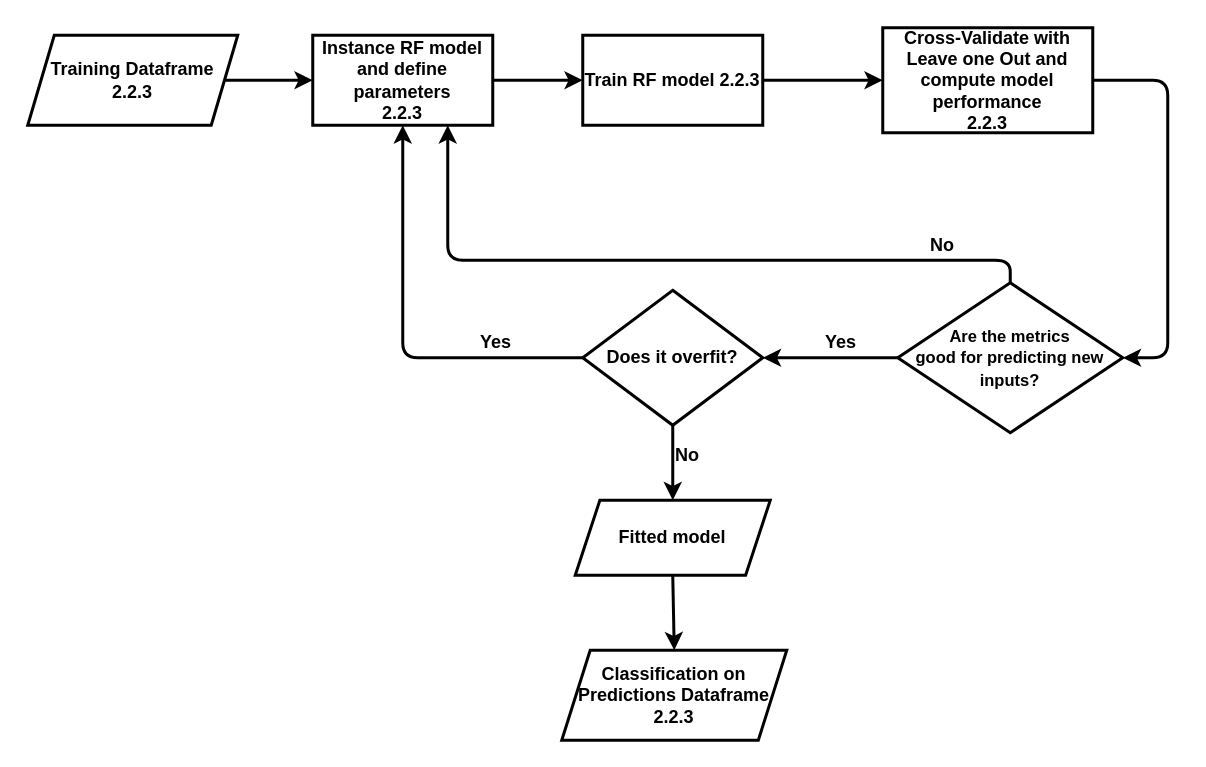
Earlier version of the draw.io diagram src/diagrama_modelo.drawio (msreis/Multiresolution-nuclear-protein-classifier). Source tidied: cells renumbered, new cells numbered last; positions are measured from the earlier drawing's top-left corner, leaving out a move shared by most shapes. Both pictures are drawn from the tidied source at 150%, with x=0, y=0 at pixel (27, 27).
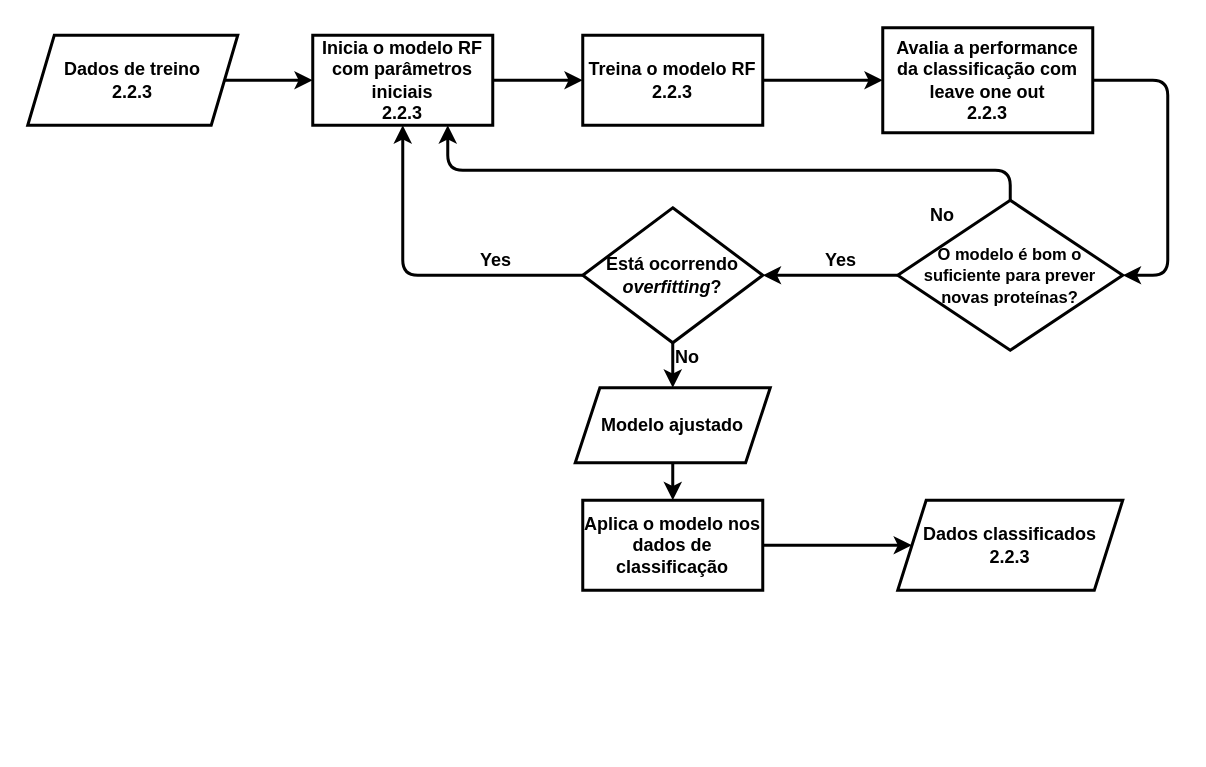
The same diagram, later.

Diff of the diagram source:
```diff
@@
-    <mxCell id="2" value="&lt;b&gt;Training Dataframe&lt;br&gt;2.2.3&lt;br&gt;&lt;/b&gt;" style="shape=parallelogram;perimeter=parallelogramPerimeter;whiteSpace=wrap;html=1;strokeWidth=2;fillColor=#ffffff;fontSize=12;size=0.12631578947368421;" parent="1" vertex="1">
+    <mxCell id="2" value="&lt;b&gt;Dados de treino&lt;br&gt;2.2.3&lt;br&gt;&lt;/b&gt;" style="shape=parallelogram;perimeter=parallelogramPerimeter;whiteSpace=wrap;html=1;strokeWidth=2;fillColor=#ffffff;fontSize=12;size=0.12631578947368421;" parent="1" vertex="1">
       <mxGeometry y="5" width="140" height="60" as="geometry" />
     </mxCell>
-    <mxCell id="3" value="&lt;b&gt;Instance RF model and define parameters&lt;br&gt;2.2.3&lt;/b&gt;" style="rounded=0;whiteSpace=wrap;html=1;strokeWidth=2;fillColor=#ffffff;fontSize=12;align=center;" parent="1" vertex="1">
+    <mxCell id="3" value="&lt;b&gt;Inicia o modelo RF com parâmetros iniciais&lt;br&gt;2.2.3&lt;/b&gt;" style="rounded=0;whiteSpace=wrap;html=1;strokeWidth=2;fillColor=#ffffff;fontSize=12;align=center;" parent="1" vertex="1">
       <mxGeometry x="190" y="5" width="120" height="60" as="geometry" />
     </mxCell>
@@
-    <mxCell id="6" value="&lt;b&gt;Train RF model 2.2.3&lt;/b&gt;" style="rounded=0;whiteSpace=wrap;html=1;strokeWidth=2;fillColor=#ffffff;fontSize=12;align=center;" parent="1" vertex="1">
+    <mxCell id="6" value="&lt;b&gt;Treina o modelo RF 2.2.3&lt;/b&gt;" style="rounded=0;whiteSpace=wrap;html=1;strokeWidth=2;fillColor=#ffffff;fontSize=12;align=center;" parent="1" vertex="1">
       <mxGeometry x="370" y="5" width="120" height="60" as="geometry" />
     </mxCell>
-    <mxCell id="7" value="&lt;b&gt;Does it overfit?&lt;/b&gt;" style="rhombus;whiteSpace=wrap;html=1;strokeWidth=2;fillColor=#ffffff;fontSize=12;align=center;" parent="1" vertex="1">
-      <mxGeometry x="370" y="175" width="120" height="90" as="geometry" />
+    <mxCell id="7" value="&lt;b&gt;Está ocorrendo &lt;i&gt;overfitting&lt;/i&gt;?&lt;/b&gt;" style="rhombus;whiteSpace=wrap;html=1;strokeWidth=2;fillColor=#ffffff;fontSize=12;align=center;" parent="1" vertex="1">
+      <mxGeometry x="370" y="120" width="120" height="90" as="geometry" />
     </mxCell>
     <mxCell id="8" style="endArrow=classic;html=1;strokeWidth=2;fontSize=12;exitX=0;exitY=0.5;exitDx=0;exitDy=0;entryX=0.5;entryY=1;entryDx=0;entryDy=0;" parent="1" edge="1" source="7" target="3">
       <mxGeometry relative="1" as="geometry">
         <Array as="points">
-          <mxPoint x="250" y="220" />
+          <mxPoint x="250" y="165" />
         </Array>
       </mxGeometry>
     </mxCell>
-    <mxCell id="9" value="&lt;b&gt;Cross-Validate with Leave one Out and compute model performance&lt;br&gt;2.2.3&lt;/b&gt;" style="rounded=0;whiteSpace=wrap;html=1;strokeWidth=2;fillColor=#ffffff;fontSize=12;align=center;" parent="1" vertex="1">
+    <mxCell id="9" value="&lt;b&gt;Avalia a performance da classificação com leave one out&lt;br&gt;2.2.3&lt;/b&gt;" style="rounded=0;whiteSpace=wrap;html=1;strokeWidth=2;fillColor=#ffffff;fontSize=12;align=center;" parent="1" vertex="1">
       <mxGeometry x="570" width="140" height="70" as="geometry" />
     </mxCell>
     <mxCell id="10" value="&lt;b&gt;Yes&lt;/b&gt;" style="text;html=1;align=left;verticalAlign=top;spacingTop=-4;fontSize=12;" parent="1" vertex="1">
-      <mxGeometry x="300" y="200" width="40" height="20" as="geometry" />
+      <mxGeometry x="300" y="145" width="40" height="20" as="geometry" />
     </mxCell>
-    <mxCell id="11" value="&lt;b&gt;&lt;font style=&quot;font-size: 11px&quot;&gt;Are the metrics&lt;br&gt;good&amp;nbsp;for predicting new&lt;br&gt;inputs?&lt;/font&gt;&lt;br&gt;&lt;/b&gt;" style="rhombus;whiteSpace=wrap;html=1;strokeWidth=2;fillColor=#ffffff;fontSize=12;align=center;" parent="1" vertex="1">
-      <mxGeometry x="580" y="170" width="150" height="100" as="geometry" />
+    <mxCell id="11" value="&lt;b&gt;&lt;span style=&quot;font-size: 11px&quot;&gt;O modelo é bom o suficiente para prever novas proteínas?&lt;/span&gt;&lt;br&gt;&lt;/b&gt;" style="rhombus;whiteSpace=wrap;html=1;strokeWidth=2;fillColor=#ffffff;fontSize=12;align=center;" parent="1" vertex="1">
+      <mxGeometry x="580" y="115" width="150" height="100" as="geometry" />
     </mxCell>
@@
     <mxCell id="13" value="&lt;b&gt;Yes&lt;/b&gt;" style="text;html=1;align=left;verticalAlign=top;spacingTop=-4;fontSize=12;" parent="1" vertex="1">
-      <mxGeometry x="530" y="200" width="40" height="20" as="geometry" />
+      <mxGeometry x="530" y="145" width="40" height="20" as="geometry" />
     </mxCell>
@@
     <mxCell id="16" style="endArrow=classic;html=1;strokeWidth=2;fontSize=12;exitX=0.5;exitY=0;exitDx=0;exitDy=0;entryX=0.75;entryY=1;entryDx=0;entryDy=0;" parent="1" edge="1" source="11" target="3">
       <mxGeometry relative="1" as="geometry">
         <Array as="points">
-          <mxPoint x="655" y="155" />
-          <mxPoint x="280" y="155" />
+          <mxPoint x="655" y="95" />
+          <mxPoint x="280" y="95" />
         </Array>
       </mxGeometry>
     </mxCell>
     <mxCell id="17" value="&lt;b&gt;No&lt;/b&gt;" style="text;html=1;align=left;verticalAlign=top;spacingTop=-4;fontSize=12;" parent="1" vertex="1">
-      <mxGeometry x="600" y="135" width="30" height="20" as="geometry" />
+      <mxGeometry x="600" y="115" width="30" height="20" as="geometry" />
     </mxCell>
     <mxCell id="18" value="&lt;b&gt;No&lt;/b&gt;" style="text;html=1;align=left;verticalAlign=top;spacingTop=-4;fontSize=12;" parent="1" vertex="1">
-      <mxGeometry x="430" y="275" width="30" height="20" as="geometry" />
+      <mxGeometry x="430" y="210" width="30" height="20" as="geometry" />
     </mxCell>
-    <mxCell id="19" value="&lt;b&gt;Fitted model&lt;br&gt;&lt;/b&gt;" style="shape=parallelogram;perimeter=parallelogramPerimeter;whiteSpace=wrap;html=1;strokeWidth=2;fillColor=#ffffff;fontSize=12;size=0.12631578947368421;" parent="1" vertex="1">
-      <mxGeometry x="365" y="315" width="130" height="50" as="geometry" />
+    <mxCell id="19" value="&lt;b&gt;Modelo ajustado&lt;br&gt;&lt;/b&gt;" style="shape=parallelogram;perimeter=parallelogramPerimeter;whiteSpace=wrap;html=1;strokeWidth=2;fillColor=#ffffff;fontSize=12;size=0.12631578947368421;" parent="1" vertex="1">
+      <mxGeometry x="365" y="240" width="130" height="50" as="geometry" />
     </mxCell>
     <mxCell id="20" style="endArrow=classic;html=1;exitX=1;exitY=0.5;exitDx=0;exitDy=0;entryX=1;entryY=0.5;entryDx=0;entryDy=0;fontStyle=1;strokeWidth=2;" parent="1" edge="1" source="9" target="11">
       <mxGeometry relative="1" as="geometry">
         <Array as="points">
           <mxPoint x="760" y="35" />
-          <mxPoint x="760" y="220" />
+          <mxPoint x="760" y="165" />
         </Array>
       </mxGeometry>
     </mxCell>
-    <mxCell id="21" style="endArrow=classic;html=1;strokeWidth=2;fontSize=12;entryX=0.5;entryY=0;entryDx=0;entryDy=0;exitX=0.5;exitY=1;exitDx=0;exitDy=0;" parent="1" edge="1" source="19" target="22">
+    <mxCell id="21" style="endArrow=classic;html=1;strokeWidth=2;fontSize=12;entryX=0;entryY=0.5;entryDx=0;entryDy=0;exitX=1;exitY=0.5;exitDx=0;exitDy=0;" parent="1" edge="1" source="23" target="22">
       <mxGeometry relative="1" as="geometry" />
     </mxCell>
-    <mxCell id="22" value="&lt;b&gt;Classification on Predictions Dataframe&lt;br&gt;2.2.3&lt;br&gt;&lt;/b&gt;" style="shape=parallelogram;perimeter=parallelogramPerimeter;whiteSpace=wrap;html=1;strokeWidth=2;fillColor=#ffffff;fontSize=12;size=0.12631578947368421;" parent="1" vertex="1">
-      <mxGeometry x="356" y="415" width="150" height="60" as="geometry" />
+    <mxCell id="22" value="&lt;b&gt;Dados classificados&lt;br&gt;2.2.3&lt;br&gt;&lt;/b&gt;" style="shape=parallelogram;perimeter=parallelogramPerimeter;whiteSpace=wrap;html=1;strokeWidth=2;fillColor=#ffffff;fontSize=12;size=0.12631578947368421;" parent="1" vertex="1">
+      <mxGeometry x="580" y="315" width="150" height="60" as="geometry" />
     </mxCell>
+    <mxCell id="23" value="&lt;b&gt;Aplica o modelo nos dados de classificação&lt;/b&gt;" style="rounded=0;whiteSpace=wrap;html=1;strokeWidth=2;fillColor=#ffffff;fontSize=12;align=center;" parent="1" vertex="1">
+      <mxGeometry x="370" y="315" width="120" height="60" as="geometry" />
+    </mxCell>
+    <mxCell id="24" style="endArrow=classic;html=1;strokeWidth=2;fontSize=12;entryX=0.5;entryY=0;entryDx=0;entryDy=0;exitX=0.5;exitY=1;exitDx=0;exitDy=0;" parent="1" edge="1" source="19" target="23">
+      <mxGeometry relative="1" as="geometry" />
+    </mxCell>
```
